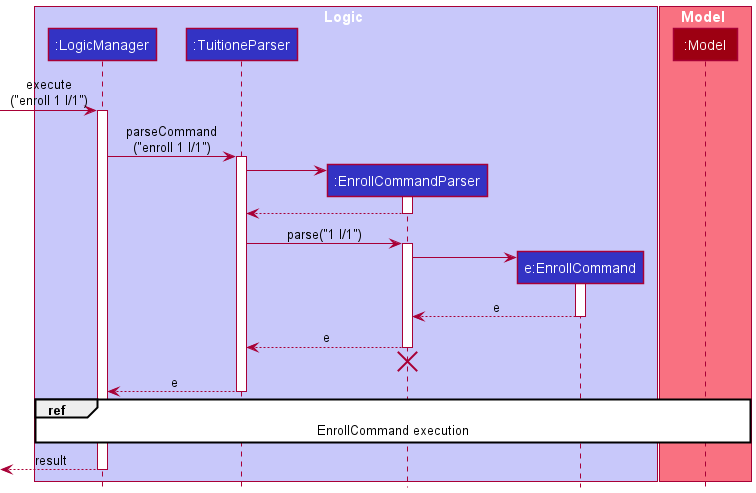
nus-cs2103-AY2122S1/tp keeps this PlantUML diagram as docs/images/DeveloperGuideImage/EnrollLessonSequenceDiagram0.png. Above is the earlier version.
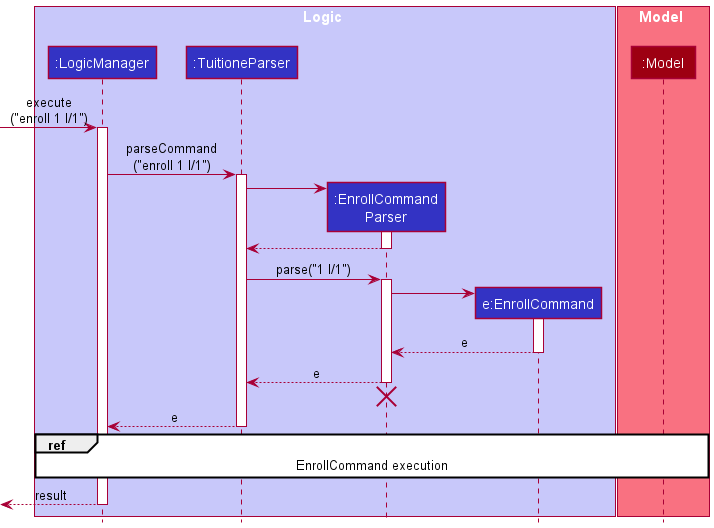
Later version of the same file.

What changed in the source:
```diff
@@ -4,7 +4,7 @@
 box Logic LOGIC_COLOR_T1
 participant ":LogicManager" as LogicManager LOGIC_COLOR
 participant ":TuitioneParser" as TuitioneParser LOGIC_COLOR
-participant ":EnrollCommandParser" as EnrollCommandParser LOGIC_COLOR
+participant ":EnrollCommand\nParser" as EnrollCommandParser LOGIC_COLOR
 participant "e:EnrollCommand" as EnrollCommand LOGIC_COLOR
 end box
 
```
